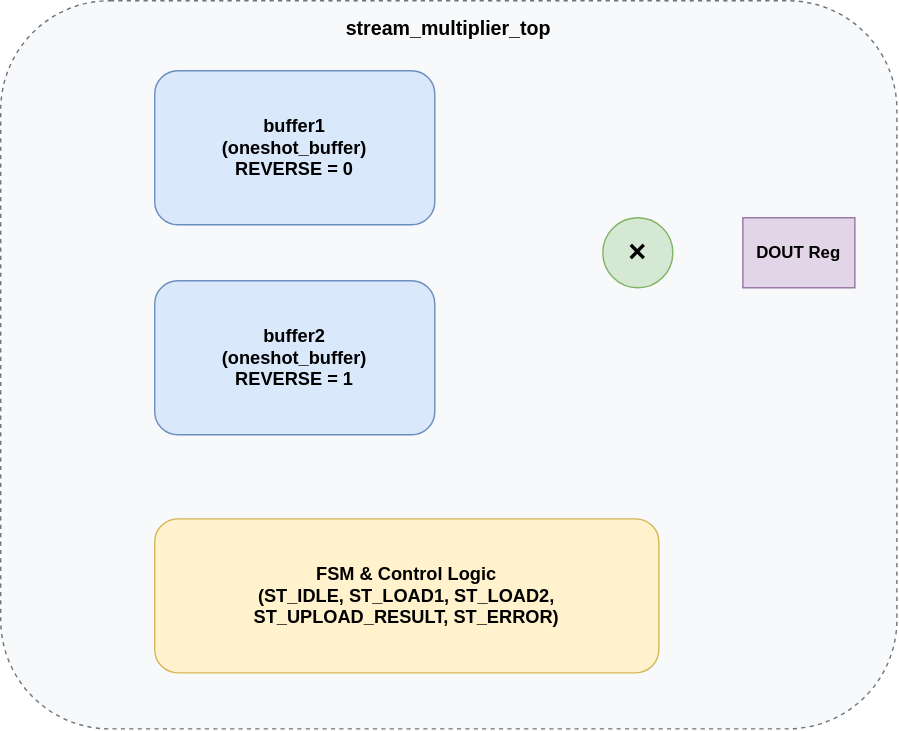
SergeRuff/stream_multiplier keeps this draw.io diagram as resources/architecture.drawio.svg. Above is the earlier version. Source tidied: cells renumbered, new cells last; positions are measured from the earlier drawing's top-left corner, leaving out a move shared by most shapes. Its diagram source:
```xml
<mxGraphModel>
  <root>
    <mxCell id="0" />
    <mxCell id="1" parent="0" />
    <mxCell id="2" value="stream_multiplier_top" style="rounded=1;whiteSpace=wrap;html=1;verticalAlign=top;fontStyle=1;fontSize=14;fillColor=#f8f9fa;strokeColor=#6c757d;dashed=1;spacingTop=5;" parent="1" vertex="1">
      <mxGeometry width="640" height="520" as="geometry" />
    </mxCell>
    <mxCell id="3" value="buffer1&#10;(oneshot_buffer)&#10;REVERSE = 0" style="rounded=1;whiteSpace=wrap;html=1;fillColor=#dae8fc;strokeColor=#6c8ebf;fontStyle=1;fontSize=13;" parent="1" vertex="1">
      <mxGeometry x="110" y="50" width="200" height="110" as="geometry" />
    </mxCell>
    <mxCell id="4" value="buffer2&#10;(oneshot_buffer)&#10;REVERSE = 1" style="rounded=1;whiteSpace=wrap;html=1;fillColor=#dae8fc;strokeColor=#6c8ebf;fontStyle=1;fontSize=13;" parent="1" vertex="1">
      <mxGeometry x="110" y="200" width="200" height="110" as="geometry" />
    </mxCell>
    <mxCell id="5" value="FSM &amp; Control Logic&#10;(ST_IDLE, ST_LOAD1, ST_LOAD2,&#10;ST_UPLOAD_RESULT, ST_ERROR)" style="rounded=1;whiteSpace=wrap;html=1;fillColor=#fff2cc;strokeColor=#d6b656;fontStyle=1;fontSize=13;" parent="1" vertex="1">
      <mxGeometry x="110" y="370" width="360" height="110" as="geometry" />
    </mxCell>
    <mxCell id="6" value="×" style="ellipse;whiteSpace=wrap;html=1;fillColor=#d5e8d4;strokeColor=#82b366;fontStyle=1;fontSize=22;" parent="1" vertex="1">
      <mxGeometry x="430" y="155" width="50" height="50" as="geometry" />
    </mxCell>
    <mxCell id="7" value="DOUT Reg" style="rounded=0;whiteSpace=wrap;html=1;fillColor=#e1d5e7;strokeColor=#9673a6;fontStyle=1;fontSize=12;" parent="1" vertex="1">
      <mxGeometry x="530" y="155" width="80" height="50" as="geometry" />
    </mxCell>
  </root>
</mxGraphModel>
```
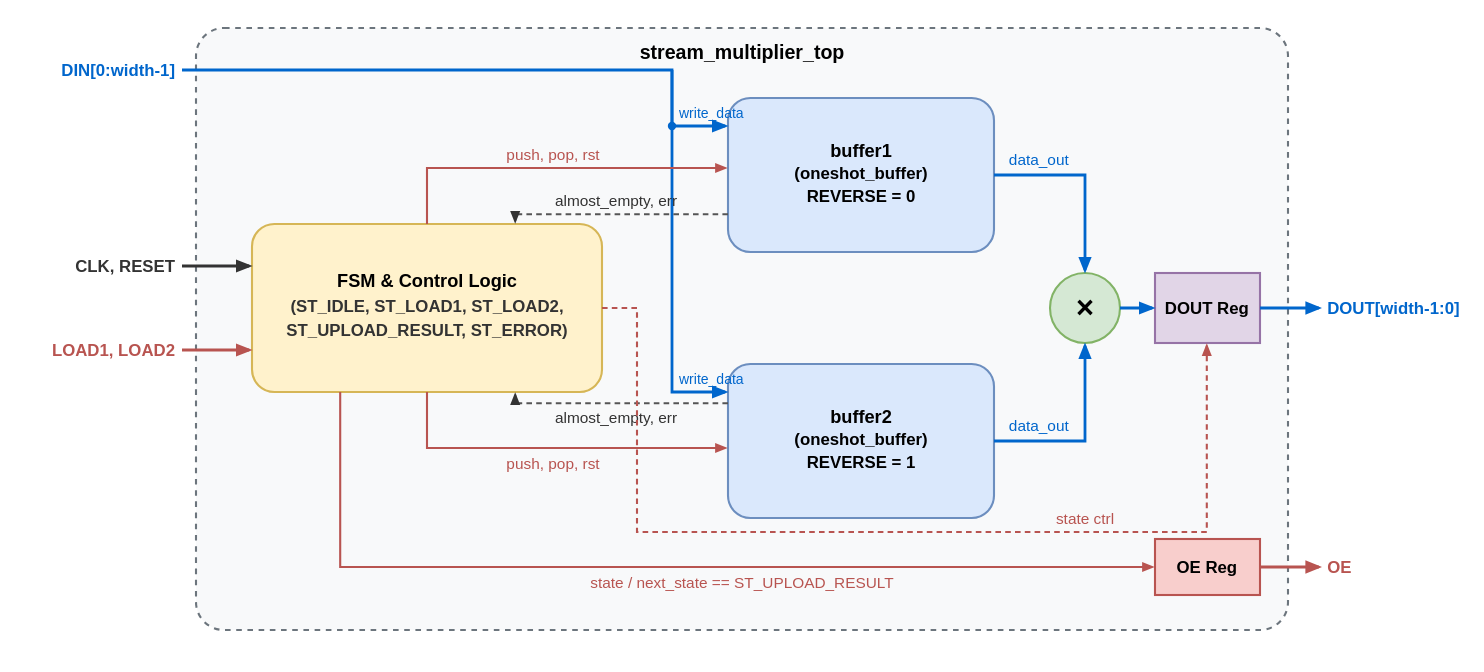
Above is the later version.

Commit message:
Added signals to architecture diagram.

What changed in the source:
```diff
@@ -2,23 +2,133 @@
   <root>
     <mxCell id="0" />
     <mxCell id="1" parent="0" />
-    <mxCell id="2" value="stream_multiplier_top" style="rounded=1;whiteSpace=wrap;html=1;verticalAlign=top;fontStyle=1;fontSize=14;fillColor=#f8f9fa;strokeColor=#6c757d;dashed=1;spacingTop=5;" parent="1" vertex="1">
-      <mxGeometry width="640" height="520" as="geometry" />
+    <mxCell id="2" value="stream_multiplier_top" style="rounded=1;whiteSpace=wrap;html=1;verticalAlign=top;fontStyle=1;fontSize=14;fillColor=#f8f9fa;strokeColor=#6c757d;dashed=1;spacingTop=5;arcSize=6;" parent="1" vertex="1">
+      <mxGeometry x="10" y="-10" width="780" height="430" as="geometry" />
     </mxCell>
+    <mxCell id="5" value="FSM &amp; Control Logic&#10;(ST_IDLE, ST_LOAD1, ST_LOAD2,&#10;ST_UPLOAD_RESULT, ST_ERROR)" style="rounded=1;whiteSpace=wrap;html=1;fillColor=#fff2cc;strokeColor=#d6b656;fontStyle=1;fontSize=13;" parent="1" vertex="1">
+      <mxGeometry x="50" y="130" width="250" height="120" as="geometry" />
+    </mxCell>
     <mxCell id="3" value="buffer1&#10;(oneshot_buffer)&#10;REVERSE = 0" style="rounded=1;whiteSpace=wrap;html=1;fillColor=#dae8fc;strokeColor=#6c8ebf;fontStyle=1;fontSize=13;" parent="1" vertex="1">
-      <mxGeometry x="110" y="50" width="200" height="110" as="geometry" />
+      <mxGeometry x="390" y="40" width="190" height="110" as="geometry" />
     </mxCell>
     <mxCell id="4" value="buffer2&#10;(oneshot_buffer)&#10;REVERSE = 1" style="rounded=1;whiteSpace=wrap;html=1;fillColor=#dae8fc;strokeColor=#6c8ebf;fontStyle=1;fontSize=13;" parent="1" vertex="1">
-      <mxGeometry x="110" y="200" width="200" height="110" as="geometry" />
+      <mxGeometry x="390" y="230" width="190" height="110" as="geometry" />
     </mxCell>
-    <mxCell id="5" value="FSM &amp; Control Logic&#10;(ST_IDLE, ST_LOAD1, ST_LOAD2,&#10;ST_UPLOAD_RESULT, ST_ERROR)" style="rounded=1;whiteSpace=wrap;html=1;fillColor=#fff2cc;strokeColor=#d6b656;fontStyle=1;fontSize=13;" parent="1" vertex="1">
-      <mxGeometry x="110" y="370" width="360" height="110" as="geometry" />
-    </mxCell>
     <mxCell id="6" value="×" style="ellipse;whiteSpace=wrap;html=1;fillColor=#d5e8d4;strokeColor=#82b366;fontStyle=1;fontSize=22;" parent="1" vertex="1">
-      <mxGeometry x="430" y="155" width="50" height="50" as="geometry" />
+      <mxGeometry x="620" y="165" width="50" height="50" as="geometry" />
     </mxCell>
     <mxCell id="7" value="DOUT Reg" style="rounded=0;whiteSpace=wrap;html=1;fillColor=#e1d5e7;strokeColor=#9673a6;fontStyle=1;fontSize=12;" parent="1" vertex="1">
-      <mxGeometry x="530" y="155" width="80" height="50" as="geometry" />
+      <mxGeometry x="695" y="165" width="75" height="50" as="geometry" />
     </mxCell>
+    <mxCell id="8" value="OE Reg" style="rounded=0;whiteSpace=wrap;html=1;fillColor=#f8cecc;strokeColor=#b85450;fontStyle=1;fontSize=12;" parent="1" vertex="1">
+      <mxGeometry x="695" y="355" width="75" height="40" as="geometry" />
+    </mxCell>
+    <mxCell id="9" value="DIN[0:width-1]" style="text;html=1;align=right;verticalAlign=middle;strokeColor=none;fillColor=none;fontStyle=1;fontColor=#0066CC;fontSize=12;" parent="1" vertex="1">
+      <mxGeometry x="-110" y="5" width="110" height="30" as="geometry" />
+    </mxCell>
+    <mxCell id="10" value="CLK, RESET" style="text;html=1;align=right;verticalAlign=middle;strokeColor=none;fillColor=none;fontStyle=1;fontColor=#333333;fontSize=12;" parent="1" vertex="1">
+      <mxGeometry x="-100" y="145" width="100" height="30" as="geometry" />
+    </mxCell>
+    <mxCell id="11" value="LOAD1, LOAD2" style="text;html=1;align=right;verticalAlign=middle;strokeColor=none;fillColor=none;fontStyle=1;fontColor=#b85450;fontSize=12;" parent="1" vertex="1">
+      <mxGeometry x="-110" y="205" width="110" height="30" as="geometry" />
+    </mxCell>
+    <mxCell id="12" value="DOUT[width-1:0]" style="text;html=1;align=left;verticalAlign=middle;strokeColor=none;fillColor=none;fontStyle=1;fontColor=#0066CC;fontSize=12;" parent="1" vertex="1">
+      <mxGeometry x="815" y="175" width="115" height="30" as="geometry" />
+    </mxCell>
+    <mxCell id="13" value="OE" style="text;html=1;align=left;verticalAlign=middle;strokeColor=none;fillColor=none;fontStyle=1;fontColor=#b85450;fontSize=12;" parent="1" vertex="1">
+      <mxGeometry x="815" y="360" width="40" height="30" as="geometry" />
+    </mxCell>
+    <mxCell id="14" value="write_data" style="edgeStyle=orthogonalEdgeStyle;rounded=0;orthogonalLoop=1;jettySize=auto;html=1;strokeColor=#0066CC;strokeWidth=2;fontColor=#0066CC;fontSize=11;" parent="1" edge="1">
+      <mxGeometry relative="1" as="geometry">
+        <mxPoint y="20" as="sourcePoint" />
+        <mxPoint x="390" y="60" as="targetPoint" />
+        <Array as="points">
+          <mxPoint x="350" y="20" />
+          <mxPoint x="350" y="60" />
+        </Array>
+      </mxGeometry>
+    </mxCell>
+    <mxCell id="15" value="write_data" style="edgeStyle=orthogonalEdgeStyle;rounded=0;orthogonalLoop=1;jettySize=auto;html=1;strokeColor=#0066CC;strokeWidth=2;fontColor=#0066CC;fontSize=11;" parent="1" edge="1">
+      <mxGeometry relative="1" as="geometry">
+        <mxPoint x="350" y="20" as="sourcePoint" />
+        <mxPoint x="390" y="250" as="targetPoint" />
+        <Array as="points">
+          <mxPoint x="350" y="250" />
+        </Array>
+      </mxGeometry>
+    </mxCell>
+    <mxCell id="16" value="data_out" style="edgeStyle=orthogonalEdgeStyle;rounded=0;jettySize=auto;html=1;exitX=1;exitY=0.5;entryX=0.5;entryY=0;strokeColor=#0066CC;strokeWidth=2;fontColor=#0066CC;fontSize=11;" parent="1" edge="1" source="3" target="6">
+      <mxGeometry relative="1" as="geometry" />
+    </mxCell>
+    <mxCell id="17" value="data_out" style="edgeStyle=orthogonalEdgeStyle;rounded=0;jettySize=auto;html=1;exitX=1;exitY=0.5;entryX=0.5;entryY=1;strokeColor=#0066CC;strokeWidth=2;fontColor=#0066CC;fontSize=11;" parent="1" edge="1" source="4" target="6">
+      <mxGeometry relative="1" as="geometry" />
+    </mxCell>
+    <mxCell id="18" style="edgeStyle=orthogonalEdgeStyle;rounded=0;jettySize=auto;html=1;exitX=1;exitY=0.5;entryX=0;entryY=0.5;strokeColor=#0066CC;strokeWidth=2;" parent="1" edge="1" source="6" target="7">
+      <mxGeometry relative="1" as="geometry" />
+    </mxCell>
+    <mxCell id="19" style="edgeStyle=orthogonalEdgeStyle;rounded=0;jettySize=auto;html=1;exitX=1;exitY=0.5;strokeColor=#0066CC;strokeWidth=2;" parent="1" edge="1" source="7">
+      <mxGeometry relative="1" as="geometry">
+        <mxPoint x="815" y="190" as="targetPoint" />
+      </mxGeometry>
+    </mxCell>
+    <mxCell id="20" style="edgeStyle=orthogonalEdgeStyle;rounded=0;jettySize=auto;html=1;entryX=0;entryY=0.25;strokeColor=#333333;strokeWidth=2;" parent="1" edge="1" target="5">
+      <mxGeometry relative="1" as="geometry">
+        <mxPoint y="160" as="sourcePoint" />
+      </mxGeometry>
+    </mxCell>
+    <mxCell id="21" style="edgeStyle=orthogonalEdgeStyle;rounded=0;jettySize=auto;html=1;entryX=0;entryY=0.75;strokeColor=#b85450;strokeWidth=2;" parent="1" edge="1" target="5">
+      <mxGeometry relative="1" as="geometry">
+        <mxPoint y="220" as="sourcePoint" />
+      </mxGeometry>
+    </mxCell>
+    <mxCell id="22" value="push, pop, rst" style="edgeStyle=orthogonalEdgeStyle;rounded=0;jettySize=auto;html=1;exitX=0.5;exitY=0;entryX=0;entryY=0.45;strokeColor=#b85450;strokeWidth=1.5;fontColor=#b85450;fontSize=11;" parent="1" edge="1" source="5" target="3">
+      <mxGeometry relative="1" as="geometry">
+        <Array as="points">
+          <mxPoint x="175" y="90" />
+        </Array>
+      </mxGeometry>
+    </mxCell>
+    <mxCell id="23" value="almost_empty, err" style="edgeStyle=orthogonalEdgeStyle;rounded=0;jettySize=auto;html=1;exitX=0;exitY=0.75;entryX=0.75;entryY=0;strokeColor=#555555;strokeWidth=1.5;dashed=1;fontColor=#333333;fontSize=11;" parent="1" edge="1" source="3" target="5">
+      <mxGeometry relative="1" as="geometry">
+        <Array as="points">
+          <mxPoint x="238" y="123" />
+        </Array>
+      </mxGeometry>
+    </mxCell>
+    <mxCell id="24" value="push, pop, rst" style="edgeStyle=orthogonalEdgeStyle;rounded=0;jettySize=auto;html=1;exitX=0.5;exitY=1;entryX=0;entryY=0.55;strokeColor=#b85450;strokeWidth=1.5;fontColor=#b85450;fontSize=11;" parent="1" edge="1" source="5" target="4">
+      <mxGeometry relative="1" as="geometry">
+        <Array as="points">
+          <mxPoint x="175" y="290" />
+        </Array>
+      </mxGeometry>
+    </mxCell>
+    <mxCell id="25" value="almost_empty, err" style="edgeStyle=orthogonalEdgeStyle;rounded=0;jettySize=auto;html=1;exitX=0;exitY=0.25;entryX=0.75;entryY=1;strokeColor=#555555;strokeWidth=1.5;dashed=1;fontColor=#333333;fontSize=11;" parent="1" edge="1" source="4" target="5">
+      <mxGeometry relative="1" as="geometry">
+        <Array as="points">
+          <mxPoint x="238" y="258" />
+        </Array>
+      </mxGeometry>
+    </mxCell>
+    <mxCell id="26" value="state == ST_UPLOAD_RESULT" style="edgeStyle=orthogonalEdgeStyle;rounded=0;jettySize=auto;html=1;exitX=0.25;exitY=1;entryX=0;entryY=0.5;strokeColor=#b85450;strokeWidth=1.5;fontColor=#b85450;fontSize=11;" parent="1" edge="1" source="5" target="8">
+      <mxGeometry relative="1" as="geometry">
+        <Array as="points">
+          <mxPoint x="113" y="375" />
+        </Array>
+      </mxGeometry>
+    </mxCell>
+    <mxCell id="27" value="state ctrl" style="edgeStyle=orthogonalEdgeStyle;rounded=0;jettySize=auto;html=1;exitX=1;exitY=0.5;entryX=0.5;entryY=1;strokeColor=#b85450;strokeWidth=1.5;dashed=1;fontColor=#b85450;fontSize=11;" parent="1" edge="1" source="5" target="7">
+      <mxGeometry relative="1" as="geometry">
+        <Array as="points">
+          <mxPoint x="325" y="190" />
+          <mxPoint x="325" y="360" />
+          <mxPoint x="733" y="360" />
+        </Array>
+      </mxGeometry>
+    </mxCell>
+    <mxCell id="28" style="edgeStyle=orthogonalEdgeStyle;rounded=0;jettySize=auto;html=1;exitX=1;exitY=0.5;strokeColor=#b85450;strokeWidth=2;" parent="1" edge="1" source="8">
+      <mxGeometry relative="1" as="geometry">
+        <mxPoint x="815" y="375" as="targetPoint" />
+      </mxGeometry>
+    </mxCell>
   </root>
 </mxGraphModel>
```
